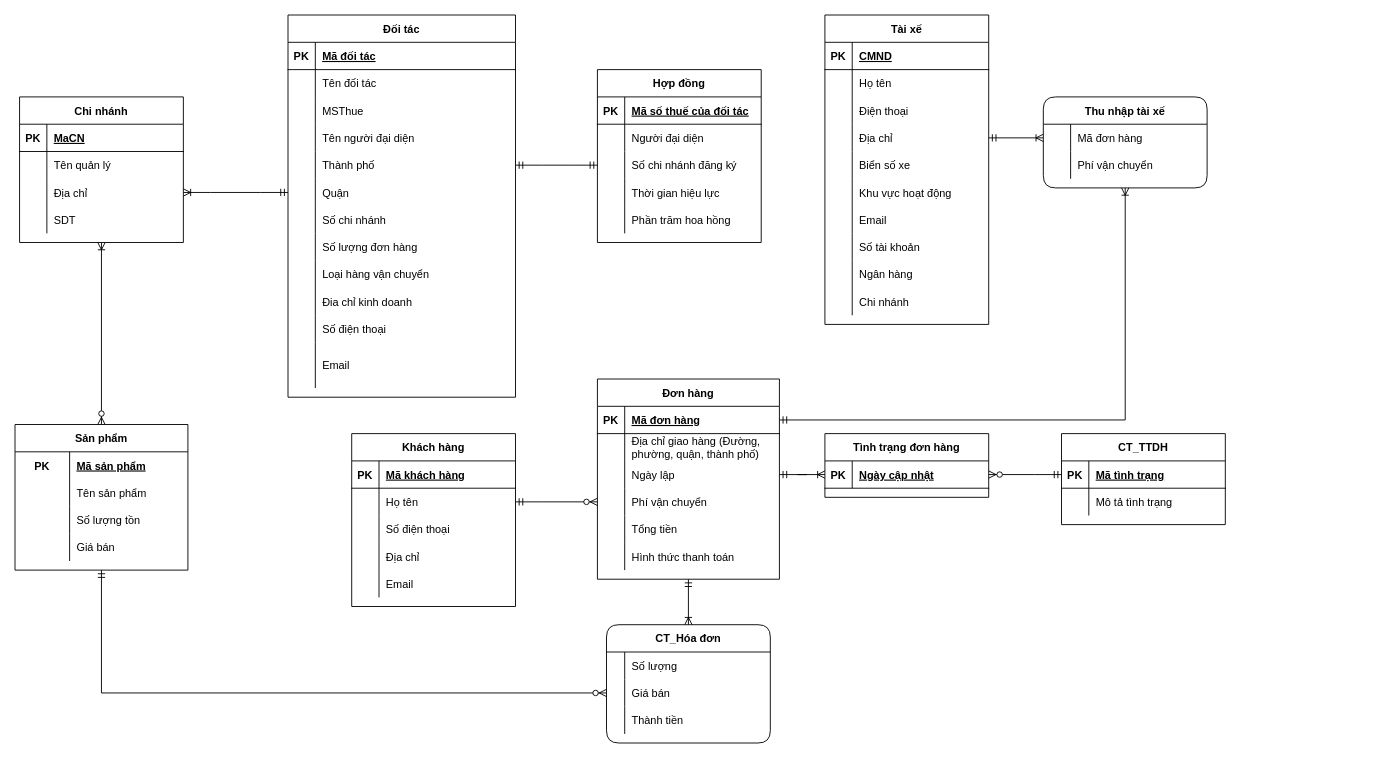
The draw.io diagram HQT-CSDL.drawio in tranngoclam16/HQT-CSDL, before the edit. Source tidied: cells renumbered, new cells numbered last; positions are measured from the earlier drawing's top-left corner, leaving out a move shared by most shapes. Both pictures are drawn from the tidied source at 91%, with x=0, y=0 at pixel (15, 15).
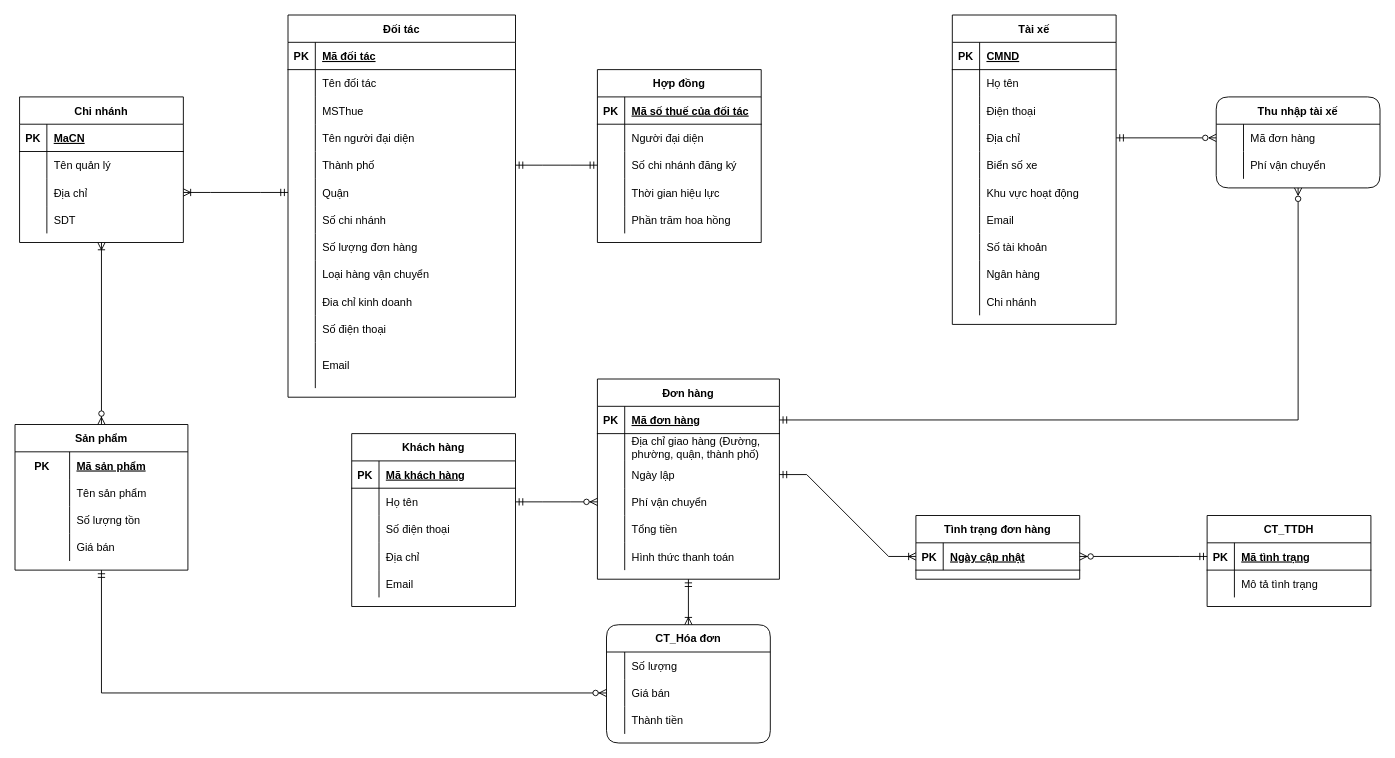
After the change.

The change refers to these unchanged cells:
```xml
<mxCell id="12" style="shape=partialRectangle;fillColor=none;top=0;left=0;bottom=0;right=0;points=[[0,0.5],[1,0.5]];portConstraint=eastwest;" parent="2" vertex="1">
  <mxGeometry y="120" width="180" height="30" as="geometry" />
</mxCell>
<mxCell id="100" style="shape=partialRectangle;fillColor=none;top=0;left=0;bottom=1;right=0;points=[[0,0.5],[1,0.5]];portConstraint=eastwest;" parent="99" vertex="1">
  <mxGeometry y="30" width="200" height="30" as="geometry" />
</mxCell>
<mxCell id="145" style="shape=partialRectangle;fillColor=none;top=0;left=0;bottom=0;right=0;points=[[0,0.5],[1,0.5]];portConstraint=eastwest;" parent="144" vertex="1">
  <mxGeometry y="30" width="180" height="30" as="geometry" />
</mxCell>
```

Change to the diagram source:
```diff
@@
     <mxCell id="2" value="Tài xế" style="shape=table;startSize=30;childLayout=tableLayout;rowLines=0;fontStyle=1;align=center;" parent="1" vertex="1">
-      <mxGeometry x="890" width="180" height="340" as="geometry" />
+      <mxGeometry x="1030" width="180" height="340" as="geometry" />
     </mxCell>
@@
     <mxCell id="144" value="Thu nhập tài xế" style="shape=table;startSize=30;childLayout=tableLayout;rowLines=0;fontStyle=1;align=center;rounded=1;" parent="1" vertex="1">
-      <mxGeometry x="1130" y="90" width="180" height="100" as="geometry" />
+      <mxGeometry x="1320" y="90" width="180" height="100" as="geometry" />
     </mxCell>
@@
-    <mxCell id="156" style="fontSize=12;html=1;endArrow=ERoneToMany;startArrow=ERmandOne;rounded=0;exitX=1;exitY=0.5;exitDx=0;exitDy=0;entryX=0;entryY=0.5;entryDx=0;entryDy=0;" parent="1" edge="1" source="12" target="145">
+    <mxCell id="156" style="fontSize=12;html=1;endArrow=ERzeroToMany;startArrow=ERmandOne;rounded=0;exitX=1;exitY=0.5;exitDx=0;exitDy=0;entryX=0;entryY=0.5;entryDx=0;entryDy=0;endFill=0;" parent="1" edge="1" source="12" target="145">
       <mxGeometry relative="1" as="geometry" />
     </mxCell>
@@
-    <mxCell id="172" style="fontSize=12;html=1;endArrow=ERoneToMany;startArrow=ERmandOne;rounded=0;edgeStyle=orthogonalEdgeStyle;entryX=0.5;entryY=1;entryDx=0;entryDy=0;" parent="1" edge="1" source="100" target="144">
+    <mxCell id="172" style="fontSize=12;html=1;endArrow=ERzeroToMany;startArrow=ERmandOne;rounded=0;edgeStyle=orthogonalEdgeStyle;entryX=0.5;entryY=1;entryDx=0;entryDy=0;startFill=0;endFill=0;" parent="1" edge="1" source="100" target="144">
       <mxGeometry relative="1" as="geometry" />
     </mxCell>
     <mxCell id="173" value="Tình trạng đơn hàng" style="shape=table;startSize=30;childLayout=tableLayout;rowLines=0;fontStyle=1;align=center;" parent="1" vertex="1">
-      <mxGeometry x="890" y="460" width="180" height="70" as="geometry" />
+      <mxGeometry x="990" y="550" width="180" height="70" as="geometry" />
     </mxCell>
@@
     <mxCell id="177" value="CT_TTDH" style="shape=table;startSize=30;childLayout=tableLayout;rowLines=0;fontStyle=1;align=center;" parent="1" vertex="1">
-      <mxGeometry x="1150" y="460" width="180" height="100" as="geometry" />
+      <mxGeometry x="1310" y="550" width="180" height="100" as="geometry" />
     </mxCell>
```
